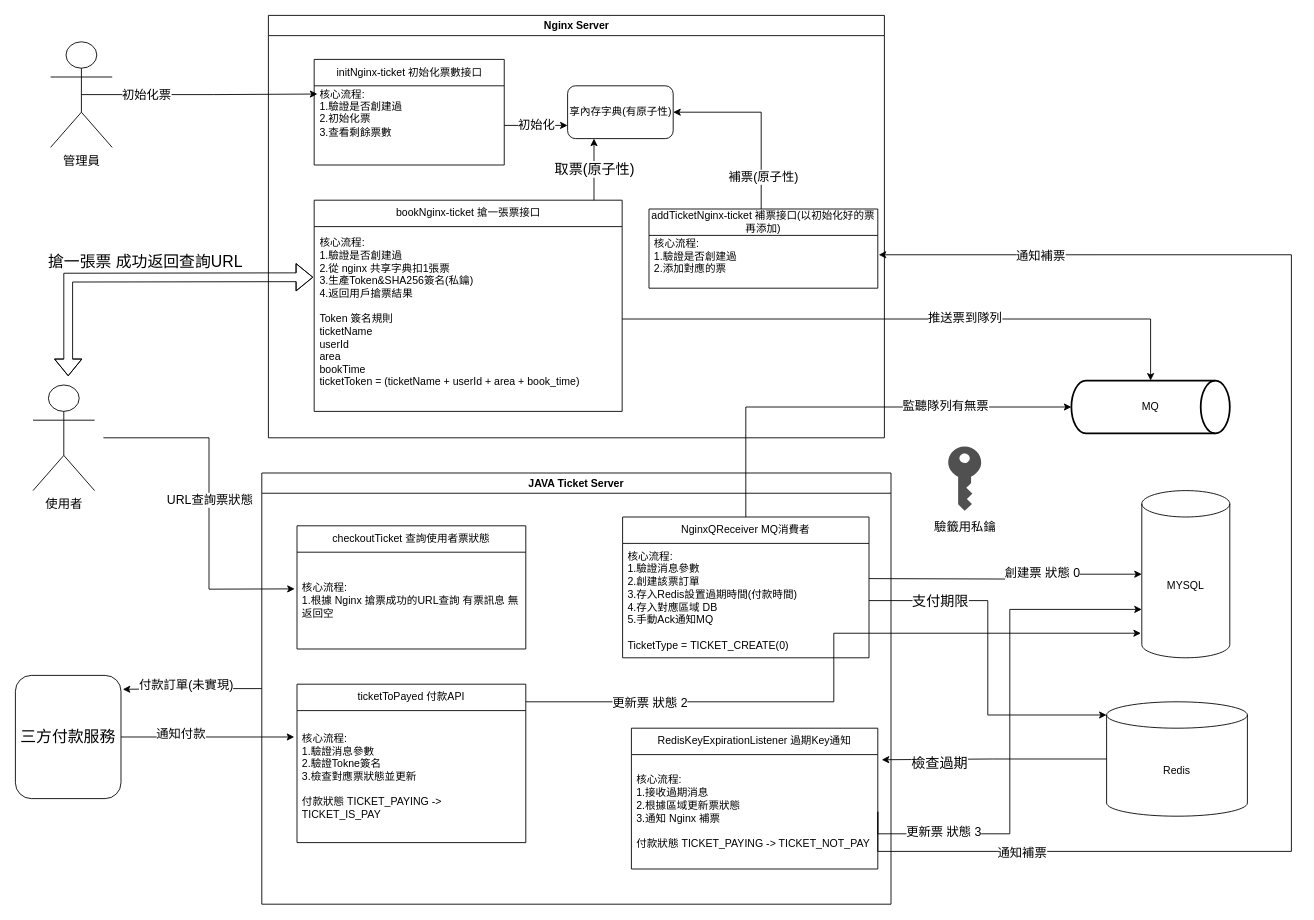
Above: imgs/Ticket.drawio in lzz0826/ResourceRob (draw.io), before the change. Source tidied: cells renumbered, new cells numbered last; positions are measured from the earlier drawing's top-left corner, leaving out a move shared by most shapes. Both pictures are drawn from the tidied source at 88%, with x=0, y=0 at pixel (15, 15).
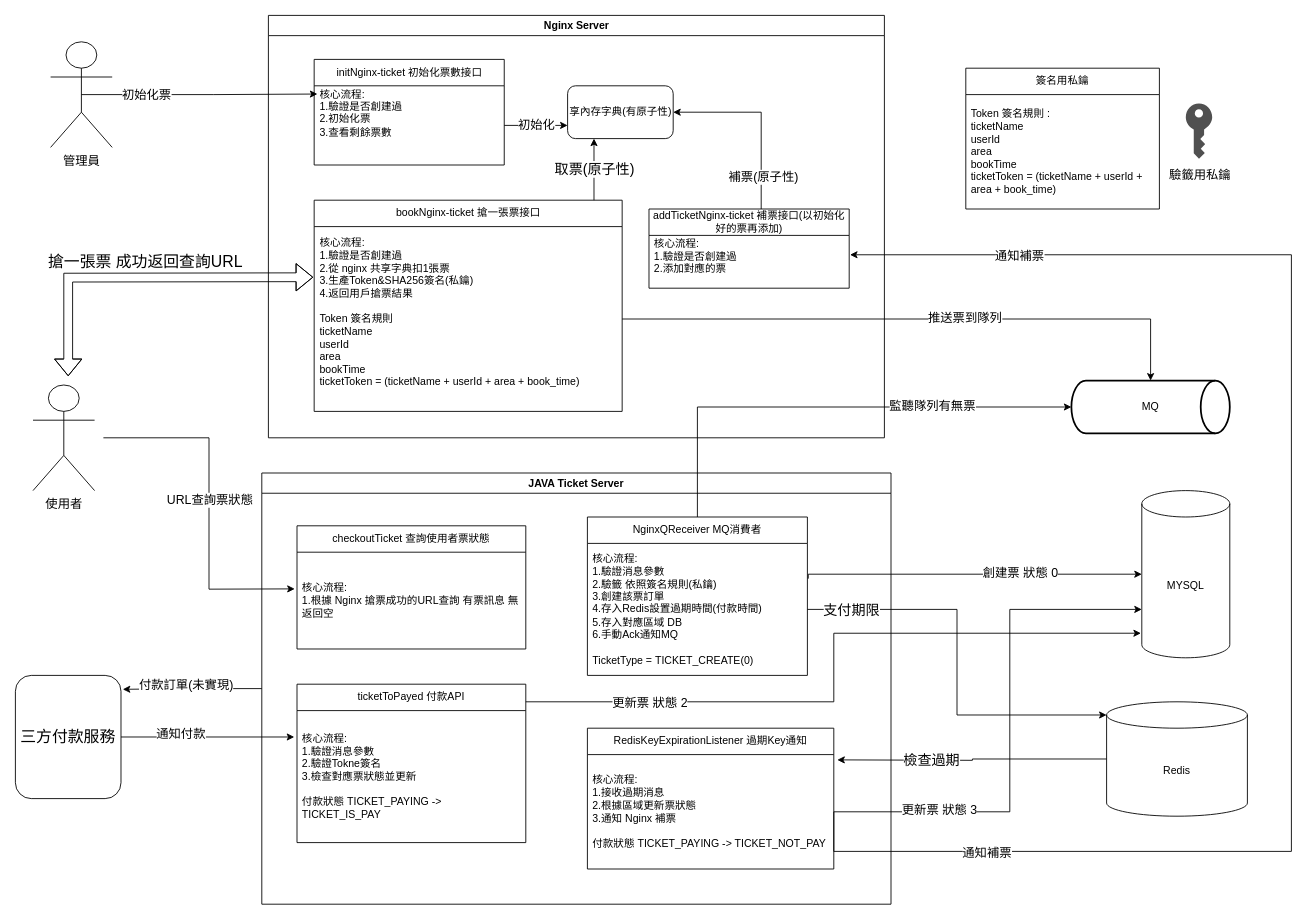
Above is the later version.

The change refers to these unchanged cells:
```xml
<mxCell id="3" value="Nginx Server" style="swimlane;whiteSpace=wrap;html=1;" parent="1" vertex="1">
  <mxGeometry x="287.5" width="700" height="480" as="geometry" />
</mxCell>
<mxCell id="16" value="JAVA Ticket Server" style="swimlane;whiteSpace=wrap;html=1;" parent="1" vertex="1">
  <mxGeometry x="280" y="520" width="715" height="490" as="geometry" />
</mxCell>
<mxCell id="24" value="核心流程:&lt;div&gt;1.接收過期消息&lt;/div&gt;&lt;div&gt;2.根據區域更新票狀態&lt;/div&gt;&lt;div&gt;3.通知 Nginx 補票&lt;/div&gt;&lt;div&gt;&lt;br&gt;&lt;/div&gt;&lt;div&gt;&lt;span style=&quot;background-color: transparent; color: light-dark(rgb(0, 0, 0), rgb(255, 255, 255));&quot;&gt;付款狀態&lt;/span&gt;&amp;nbsp;TICKET_PAYING -&amp;gt; TICKET_NOT_PAY&amp;nbsp;&lt;/div&gt;" style="text;strokeColor=none;fillColor=none;align=left;verticalAlign=middle;spacingLeft=4;spacingRight=4;overflow=hidden;points=[[0,0.5],[1,0.5]];portConstraint=eastwest;whiteSpace=wrap;html=1;" parent="23" vertex="1">
  <mxGeometry y="30" width="280" height="130" as="geometry" />
</mxCell>
<mxCell id="28" value="Redis" style="shape=cylinder3;whiteSpace=wrap;html=1;boundedLbl=1;backgroundOutline=1;size=15;" parent="1" vertex="1">
  <mxGeometry x="1240" y="780" width="160" height="130" as="geometry" />
</mxCell>
<mxCell id="29" value="MYSQL" style="shape=cylinder3;whiteSpace=wrap;html=1;boundedLbl=1;backgroundOutline=1;size=15;" parent="1" vertex="1">
  <mxGeometry x="1280" y="540" width="100" height="190" as="geometry" />
</mxCell>
<mxCell id="30" style="edgeStyle=orthogonalEdgeStyle;rounded=0;jettySize=auto;html=1;exitX=1;exitY=0.5;exitDx=0;exitDy=0;entryX=0;entryY=0;entryDx=0;entryDy=15;entryPerimeter=0;" parent="1" edge="1" source="18" target="28">
  <mxGeometry relative="1" as="geometry" />
</mxCell>
```

The edit, as a diff of the source:
```diff
@@
     <mxCell id="8" value="addTicketNginx-ticket&amp;nbsp;補票接口(以初始化好的票再添加)" style="swimlane;fontStyle=0;horizontal=1;startSize=30;whiteSpace=wrap;html=1;" parent="3" vertex="1">
-      <mxGeometry x="432.5" y="220" width="260" height="90" as="geometry" />
+      <mxGeometry x="432.5" y="220" width="227.5" height="90" as="geometry" />
     </mxCell>
     <mxCell id="9" value="核心流程:&lt;div&gt;1.驗證是否創建過&lt;/div&gt;&lt;div&gt;2.添加對應的票&lt;/div&gt;&lt;div&gt;&lt;br&gt;&lt;/div&gt;&lt;div&gt;&lt;br&gt;&lt;/div&gt;&lt;div&gt;&lt;br&gt;&lt;/div&gt;&lt;div&gt;&lt;div&gt;&lt;br&gt;&lt;/div&gt;&lt;/div&gt;" style="text;strokeColor=none;fillColor=none;align=left;verticalAlign=middle;spacingLeft=4;spacingRight=4;overflow=hidden;points=[[0,0.5],[1,0.5]];portConstraint=eastwest;whiteSpace=wrap;html=1;" parent="8" vertex="1">
-      <mxGeometry y="30" width="260" height="60" as="geometry" />
+      <mxGeometry y="30" width="227.5" height="60" as="geometry" />
     </mxCell>
@@
     <mxCell id="17" value="NginxQReceiver MQ消費者" style="swimlane;fontStyle=0;horizontal=1;startSize=30;whiteSpace=wrap;html=1;" parent="16" vertex="1">
-      <mxGeometry x="410" y="50" width="280" height="160" as="geometry" />
+      <mxGeometry x="370" y="50" width="250" height="180" as="geometry" />
     </mxCell>
-    <mxCell id="18" value="核心流程:&lt;div&gt;1.驗證消息參數&lt;/div&gt;&lt;div&gt;2.創建該票訂單&lt;/div&gt;&lt;div&gt;3.存入Redis設置過期時間(付款時間)&lt;/div&gt;&lt;div&gt;&lt;div&gt;4.存入對應區域 DB&lt;/div&gt;&lt;/div&gt;&lt;div&gt;5.手動Ack通知MQ&lt;/div&gt;&lt;div&gt;&lt;br&gt;&lt;/div&gt;&lt;div&gt;TicketType =&amp;nbsp;TICKET_CREATE(0)&lt;/div&gt;" style="text;strokeColor=none;fillColor=none;align=left;verticalAlign=middle;spacingLeft=4;spacingRight=4;overflow=hidden;points=[[0,0.5],[1,0.5]];portConstraint=eastwest;whiteSpace=wrap;html=1;" parent="17" vertex="1">
-      <mxGeometry y="30" width="280" height="130" as="geometry" />
+    <mxCell id="18" value="核心流程:&lt;div&gt;1.驗證消息參數&lt;/div&gt;&lt;div&gt;2.驗籤 依照簽名規則(私鑰)&lt;/div&gt;&lt;div&gt;3.創建該票訂單&lt;/div&gt;&lt;div&gt;4.存入Redis設置過期時間(付款時間)&lt;/div&gt;&lt;div&gt;&lt;div&gt;5.存入對應區域 DB&lt;/div&gt;&lt;/div&gt;&lt;div&gt;6.手動Ack通知MQ&lt;/div&gt;&lt;div&gt;&lt;br&gt;&lt;/div&gt;&lt;div&gt;TicketType =&amp;nbsp;TICKET_CREATE(0)&lt;/div&gt;" style="text;strokeColor=none;fillColor=none;align=left;verticalAlign=middle;spacingLeft=4;spacingRight=4;overflow=hidden;points=[[0,0.5],[1,0.5]];portConstraint=eastwest;whiteSpace=wrap;html=1;" parent="17" vertex="1">
+      <mxGeometry y="30" width="250" height="150" as="geometry" />
     </mxCell>
@@
     <mxCell id="23" value="RedisKeyExpirationListener 過期Key通知" style="swimlane;fontStyle=0;horizontal=1;startSize=30;whiteSpace=wrap;html=1;" parent="16" vertex="1">
-      <mxGeometry x="420" y="290" width="280" height="160" as="geometry" />
+      <mxGeometry x="370" y="290" width="280" height="160" as="geometry" />
     </mxCell>
@@
-    <mxCell id="25" style="edgeStyle=orthogonalEdgeStyle;rounded=0;jettySize=auto;html=1;exitX=1;exitY=0.5;exitDx=0;exitDy=0;entryX=0;entryY=0.5;entryDx=0;entryDy=0;entryPerimeter=0;" parent="16" edge="1" target="29">
-      <mxGeometry relative="1" as="geometry">
-        <mxPoint x="690" y="120" as="sourcePoint" />
-      </mxGeometry>
-    </mxCell>
-    <mxCell id="26" value="&lt;font style=&quot;font-size: 14px;&quot;&gt;創建票 狀態 0&lt;/font&gt;" style="edgeLabel;html=1;align=center;verticalAlign=middle;" parent="25" vertex="1">
-      <mxGeometry x="0.28" y="2" relative="1" as="geometry" />
-    </mxCell>
@@
     <mxCell id="31" value="&lt;font size=&quot;3&quot;&gt;支付期限&lt;/font&gt;" style="edgeLabel;html=1;align=center;verticalAlign=middle;" parent="30" vertex="1">
       <mxGeometry x="-0.73" y="-1" relative="1" as="geometry">
-        <mxPoint x="26" y="-1" as="offset" />
+        <mxPoint x="-13" y="-1" as="offset" />
       </mxGeometry>
     </mxCell>
     <mxCell id="32" style="edgeStyle=orthogonalEdgeStyle;rounded=0;jettySize=auto;html=1;exitX=1;exitY=0.5;exitDx=0;exitDy=0;entryX=0;entryY=0;entryDx=0;entryDy=135;entryPerimeter=0;" parent="1" edge="1" source="24" target="29">
       <mxGeometry relative="1" as="geometry">
         <Array as="points">
-          <mxPoint x="980" y="930" />
-          <mxPoint x="1130" y="930" />
+          <mxPoint x="1130" y="905" />
           <mxPoint x="1130" y="675" />
         </Array>
       </mxGeometry>
     </mxCell>
     <mxCell id="33" value="&lt;font style=&quot;font-size: 14px;&quot;&gt;更新票 狀態 3&lt;/font&gt;" style="edgeLabel;html=1;align=center;verticalAlign=middle;" parent="32" vertex="1">
-      <mxGeometry x="-0.66" y="3" relative="1" as="geometry" />
+      <mxGeometry x="-0.66" y="3" relative="1" as="geometry">
+        <mxPoint x="20" as="offset" />
+      </mxGeometry>
     </mxCell>
-    <mxCell id="34" style="edgeStyle=orthogonalEdgeStyle;rounded=0;jettySize=auto;html=1;exitX=0;exitY=0.5;exitDx=0;exitDy=0;exitPerimeter=0;entryX=1.016;entryY=0.045;entryDx=0;entryDy=0;entryPerimeter=0;" parent="1" edge="1" source="28" target="24">
-      <mxGeometry relative="1" as="geometry" />
+    <mxCell id="34" style="edgeStyle=orthogonalEdgeStyle;rounded=0;jettySize=auto;html=1;exitX=0;exitY=0.5;exitDx=0;exitDy=0;exitPerimeter=0;" parent="1" edge="1" source="28">
+      <mxGeometry relative="1" as="geometry">
+        <mxPoint x="934" y="846" as="targetPoint" />
+      </mxGeometry>
     </mxCell>
     <mxCell id="35" value="&lt;font size=&quot;3&quot;&gt;檢查過期&lt;/font&gt;" style="edgeLabel;html=1;align=center;verticalAlign=middle;" parent="34" vertex="1">
       <mxGeometry x="0.62" y="3" relative="1" as="geometry">
-        <mxPoint x="17" y="1" as="offset" />
+        <mxPoint x="48" y="-4" as="offset" />
       </mxGeometry>
     </mxCell>
@@
     <mxCell id="51" style="sketch=0;shadow=0;dashed=0;html=1;strokeColor=none;fillColor=#505050;labelPosition=center;verticalLabelPosition=bottom;verticalAlign=top;align=center;shape=mxgraph.office.security.key_permissions;" parent="1" vertex="1">
-      <mxGeometry x="1060" y="490" width="37.5" height="73" as="geometry" />
+      <mxGeometry x="1330" y="100" width="30" height="63" as="geometry" />
     </mxCell>
     <mxCell id="52" value="&lt;span style=&quot;font-size: 14px;&quot;&gt;驗籤用私鑰&lt;/span&gt;" style="edgeLabel;html=1;align=center;verticalAlign=middle;" parent="1" vertex="1">
-      <mxGeometry x="1078.7" y="580" as="geometry" />
+      <mxGeometry x="1345" y="180" as="geometry" />
     </mxCell>
     <mxCell id="53" style="edgeStyle=orthogonalEdgeStyle;rounded=0;jettySize=auto;html=1;exitX=1;exitY=0.5;exitDx=0;exitDy=0;entryX=1.004;entryY=0.367;entryDx=0;entryDy=0;entryPerimeter=0;" parent="1" edge="1" source="24" target="9">
       <mxGeometry relative="1" as="geometry">
         <Array as="points">
-          <mxPoint x="980" y="950" />
+          <mxPoint x="930" y="950" />
           <mxPoint x="1450" y="950" />
           <mxPoint x="1450" y="272" />
         </Array>
       </mxGeometry>
     </mxCell>
@@
+    <mxCell id="58" value="簽名用私鑰" style="swimlane;fontStyle=0;horizontal=1;startSize=30;whiteSpace=wrap;html=1;" parent="1" vertex="1">
+      <mxGeometry x="1080" y="60" width="220" height="160" as="geometry" />
+    </mxCell>
+    <mxCell id="59" value="&lt;div&gt;Token 簽名規則 :&amp;nbsp;&lt;/div&gt;&lt;div&gt;&lt;span style=&quot;background-color: transparent; color: light-dark(rgb(0, 0, 0), rgb(255, 255, 255));&quot;&gt;ticketName&lt;/span&gt;&lt;/div&gt;&lt;div&gt;userId&lt;/div&gt;&lt;div&gt;area&lt;/div&gt;&lt;div&gt;bookTime&lt;/div&gt;&lt;div&gt;ticketToken = (ticketName + userId + area + book_time)&lt;/div&gt;" style="text;strokeColor=none;fillColor=none;align=left;verticalAlign=middle;spacingLeft=4;spacingRight=4;overflow=hidden;whiteSpace=wrap;html=1;" parent="58" vertex="1">
+      <mxGeometry y="30" width="220" height="130" as="geometry" />
+    </mxCell>
+    <mxCell id="25" style="edgeStyle=orthogonalEdgeStyle;rounded=0;jettySize=auto;html=1;exitX=1.004;exitY=0.267;exitDx=0;exitDy=0;entryX=0;entryY=0.5;entryDx=0;entryDy=0;entryPerimeter=0;exitPerimeter=0;" parent="1" edge="1" source="18" target="29">
+      <mxGeometry relative="1" as="geometry">
+        <Array as="points">
+          <mxPoint x="901" y="635" />
+        </Array>
+      </mxGeometry>
+    </mxCell>
+    <mxCell id="26" value="&lt;font style=&quot;font-size: 14px;&quot;&gt;創建票 狀態 0&lt;/font&gt;" style="edgeLabel;html=1;align=center;verticalAlign=middle;" parent="25" vertex="1">
+      <mxGeometry x="0.28" y="2" relative="1" as="geometry" />
+    </mxCell>
```
